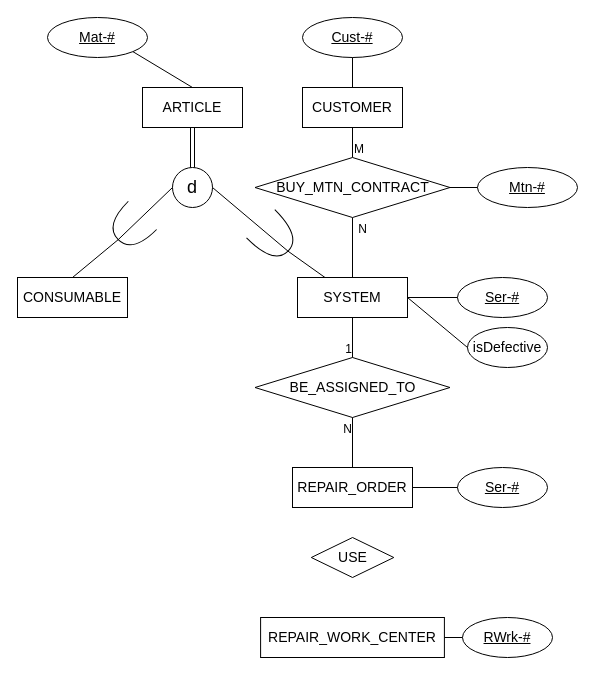
The draw.io diagram eerdmat.drawio in quangmnh/drawio, before the edit. Source tidied: cells renumbered, new cells numbered last; positions are measured from the earlier drawing's top-left corner, leaving out a move shared by most shapes. Both pictures are drawn from the tidied source at 100%, with x=0, y=0 at pixel (17, 17).
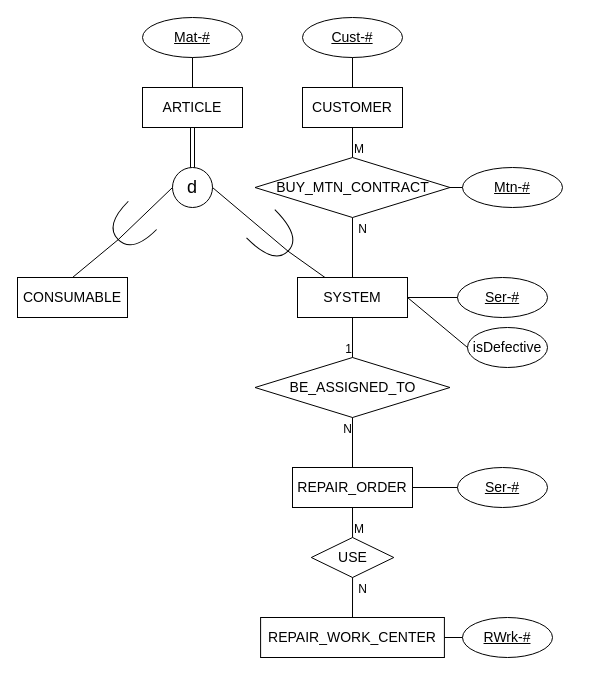
The same diagram, later.

Unchanged cells that the change refers to:
```xml
<mxCell id="2" value="&lt;font style=&quot;font-size: 14px&quot;&gt;ARTICLE&lt;/font&gt;" style="whiteSpace=wrap;html=1;align=center;" parent="1" vertex="1">
  <mxGeometry x="125" y="70" width="100" height="40" as="geometry" />
</mxCell>
<mxCell id="31" value="&lt;font style=&quot;font-size: 14px&quot;&gt;REPAIR_ORDER&lt;/font&gt;" style="whiteSpace=wrap;html=1;align=center;" parent="1" vertex="1">
  <mxGeometry x="275" y="450" width="120" height="40" as="geometry" />
</mxCell>
<mxCell id="34" value="&lt;font style=&quot;font-size: 14px&quot;&gt;REPAIR_WORK_CENTER&lt;/font&gt;" style="whiteSpace=wrap;html=1;align=center;" parent="1" vertex="1">
  <mxGeometry x="243.1" y="600" width="183.8" height="40" as="geometry" />
</mxCell>
<mxCell id="39" value="&lt;font style=&quot;font-size: 14px&quot;&gt;USE&lt;/font&gt;" style="shape=rhombus;perimeter=rhombusPerimeter;whiteSpace=wrap;html=1;align=center;" parent="1" vertex="1">
  <mxGeometry x="293.8" y="520" width="82.5" height="40" as="geometry" />
</mxCell>
```

Diff of the diagram source:
```diff
@@
     <mxCell id="3" value="&lt;span style=&quot;font-size: 14px&quot;&gt;Mat-#&lt;/span&gt;" style="ellipse;whiteSpace=wrap;html=1;align=center;fontStyle=4;" parent="1" vertex="1">
-      <mxGeometry x="30" width="100" height="40" as="geometry" />
+      <mxGeometry x="125" width="100" height="40" as="geometry" />
     </mxCell>
-    <mxCell id="4" style="endArrow=none;html=1;rounded=0;exitX=1;exitY=1;exitDx=0;exitDy=0;entryX=0.5;entryY=0;entryDx=0;entryDy=0;" parent="1" edge="1" source="3" target="2">
+    <mxCell id="4" style="endArrow=none;html=1;rounded=0;exitX=0.5;exitY=1;exitDx=0;exitDy=0;entryX=0.5;entryY=0;entryDx=0;entryDy=0;" parent="1" edge="1" source="3" target="2">
       <mxGeometry relative="1" as="geometry" />
     </mxCell>
@@
     <mxCell id="26" value="&lt;span style=&quot;font-size: 14px&quot;&gt;Mtn-#&lt;/span&gt;" style="ellipse;whiteSpace=wrap;html=1;align=center;fontStyle=4;" parent="1" vertex="1">
-      <mxGeometry x="460" y="150" width="100" height="40" as="geometry" />
+      <mxGeometry x="445" y="150" width="100" height="40" as="geometry" />
     </mxCell>
@@
+    <mxCell id="42" style="endArrow=none;html=1;rounded=0;entryX=0.5;entryY=1;entryDx=0;entryDy=0;exitX=0.5;exitY=0;exitDx=0;exitDy=0;" parent="1" edge="1" source="39" target="31">
+      <mxGeometry relative="1" as="geometry" />
+    </mxCell>
+    <mxCell id="43" value="M" style="html=1;align=left;verticalAlign=bottom;" parent="42" vertex="1">
+      <mxGeometry x="-1" relative="1" as="geometry" />
+    </mxCell>
+    <mxCell id="44" style="endArrow=none;html=1;rounded=0;entryX=0.5;entryY=1;entryDx=0;entryDy=0;exitX=0.5;exitY=0;exitDx=0;exitDy=0;" parent="1" edge="1" source="34" target="39">
+      <mxGeometry relative="1" as="geometry" />
+    </mxCell>
+    <mxCell id="45" value="N" style="html=1;align=right;verticalAlign=bottom;" parent="44" vertex="1">
+      <mxGeometry x="1" relative="1" as="geometry">
+        <mxPoint x="15" y="20" as="offset" />
+      </mxGeometry>
+    </mxCell>
```
